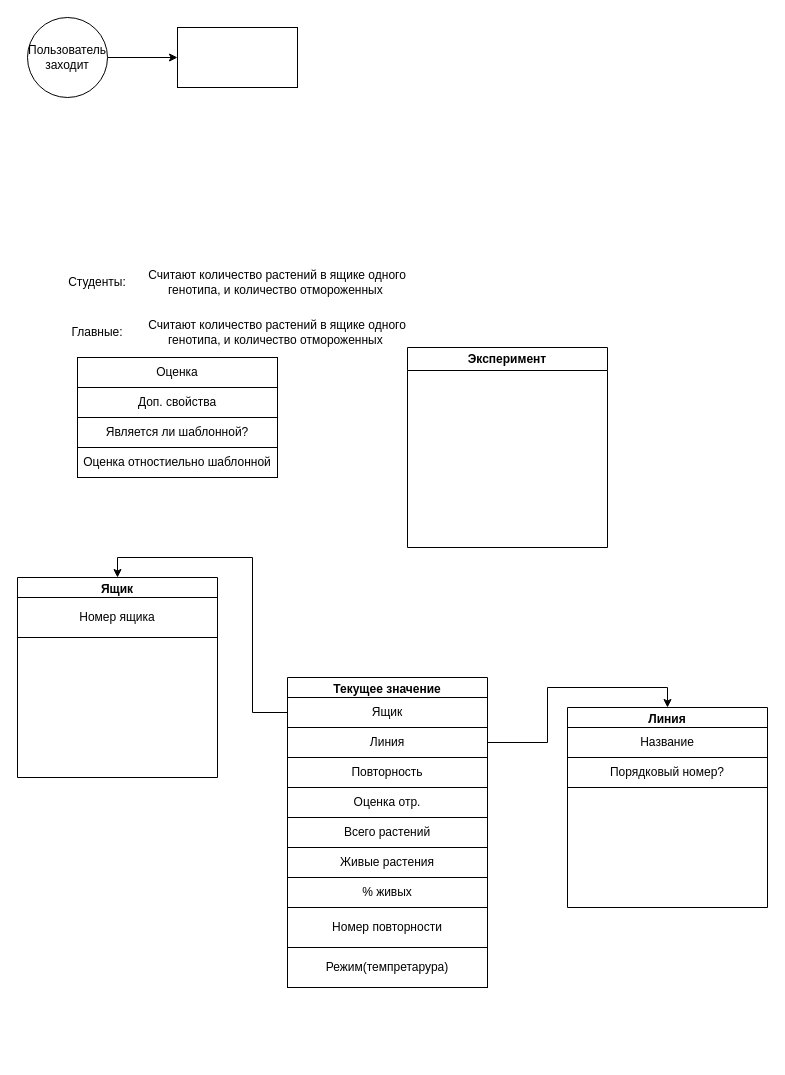
Above: BPMN-НЦЗ (1).drawio in Ctfy21/rest-api-phenopro (draw.io), before the change. Source tidied: cells renumbered, new cells numbered last; positions are measured from the earlier drawing's top-left corner, leaving out a move shared by most shapes. Both pictures are drawn from the tidied source at 100%, with x=0, y=0 at pixel (17, 17).
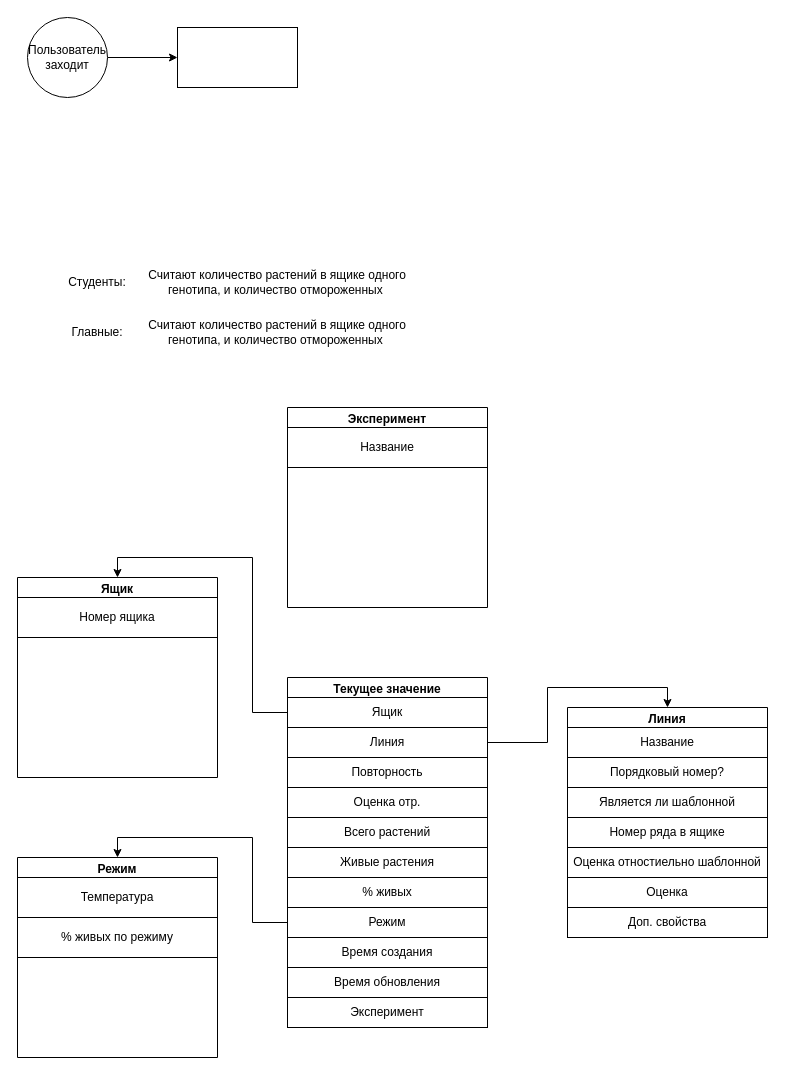
The same diagram, later.

Change to the diagram source:
```diff
@@
     <mxCell id="11" value="Линия" style="swimlane;whiteSpace=wrap;html=1;" parent="1" vertex="1">
-      <mxGeometry x="550" y="690" width="200" height="200" as="geometry" />
+      <mxGeometry x="550" y="690" width="200" height="230" as="geometry" />
     </mxCell>
@@
+    <mxCell id="31" value="Является ли шаблонной" style="rounded=0;whiteSpace=wrap;html=1;" parent="11" vertex="1">
+      <mxGeometry y="80" width="200" height="30" as="geometry" />
+    </mxCell>
+    <mxCell id="32" value="Номер ряда в ящике" style="rounded=0;whiteSpace=wrap;html=1;" parent="11" vertex="1">
+      <mxGeometry y="110" width="200" height="30" as="geometry" />
+    </mxCell>
+    <mxCell id="28" value="Оценка отностиельно шаблонной" style="rounded=0;whiteSpace=wrap;html=1;" parent="11" vertex="1">
+      <mxGeometry y="140" width="200" height="30" as="geometry" />
+    </mxCell>
+    <mxCell id="25" value="Оценка" style="rounded=0;whiteSpace=wrap;html=1;" parent="11" vertex="1">
+      <mxGeometry y="170" width="200" height="30" as="geometry" />
+    </mxCell>
+    <mxCell id="26" value="Доп. свойства" style="rounded=0;whiteSpace=wrap;html=1;" parent="11" vertex="1">
+      <mxGeometry y="200" width="200" height="30" as="geometry" />
+    </mxCell>
@@
     <mxCell id="16" value="Текущее значение" style="swimlane;whiteSpace=wrap;html=1;" parent="1" vertex="1">
-      <mxGeometry x="270" y="660" width="200" height="270" as="geometry" />
+      <mxGeometry x="270" y="660" width="200" height="350" as="geometry" />
     </mxCell>
@@
-    <mxCell id="24" value="Номер повторности" style="rounded=0;whiteSpace=wrap;html=1;" parent="16" vertex="1">
-      <mxGeometry y="230" width="200" height="40" as="geometry" />
-    </mxCell>
-    <mxCell id="25" value="Оценка" style="rounded=0;whiteSpace=wrap;html=1;" parent="1" vertex="1">
-      <mxGeometry x="60" y="340" width="200" height="30" as="geometry" />
-    </mxCell>
-    <mxCell id="26" value="Доп. свойства" style="rounded=0;whiteSpace=wrap;html=1;" parent="1" vertex="1">
-      <mxGeometry x="60" y="370" width="200" height="30" as="geometry" />
-    </mxCell>
-    <mxCell id="27" value="Является ли шаблонной?" style="rounded=0;whiteSpace=wrap;html=1;" parent="1" vertex="1">
-      <mxGeometry x="60" y="400" width="200" height="30" as="geometry" />
-    </mxCell>
-    <mxCell id="28" value="Оценка отностиельно шаблонной" style="rounded=0;whiteSpace=wrap;html=1;" parent="1" vertex="1">
-      <mxGeometry x="60" y="430" width="200" height="30" as="geometry" />
-    </mxCell>
+    <mxCell id="33" value="Режим" style="rounded=0;whiteSpace=wrap;html=1;" parent="16" vertex="1">
+      <mxGeometry y="230" width="200" height="30" as="geometry" />
+    </mxCell>
+    <mxCell id="34" value="Время создания" style="rounded=0;whiteSpace=wrap;html=1;" parent="16" vertex="1">
+      <mxGeometry y="260" width="200" height="30" as="geometry" />
+    </mxCell>
+    <mxCell id="35" value="Время обновления" style="rounded=0;whiteSpace=wrap;html=1;" parent="16" vertex="1">
+      <mxGeometry y="290" width="200" height="30" as="geometry" />
+    </mxCell>
+    <mxCell id="36" value="Эксперимент" style="rounded=0;whiteSpace=wrap;html=1;" parent="16" vertex="1">
+      <mxGeometry y="320" width="200" height="30" as="geometry" />
+    </mxCell>
+    <mxCell id="30" value="Эксперимент" style="swimlane;whiteSpace=wrap;html=1;" parent="1" vertex="1">
+      <mxGeometry x="270" y="390" width="200" height="200" as="geometry" />
+    </mxCell>
+    <mxCell id="37" value="Название" style="rounded=0;whiteSpace=wrap;html=1;" parent="30" vertex="1">
+      <mxGeometry y="20" width="200" height="40" as="geometry" />
+    </mxCell>
+    <mxCell id="38" value="Режим" style="swimlane;whiteSpace=wrap;html=1;" parent="1" vertex="1">
+      <mxGeometry y="840" width="200" height="200" as="geometry" />
+    </mxCell>
+    <mxCell id="39" value="Температура" style="rounded=0;whiteSpace=wrap;html=1;" parent="38" vertex="1">
+      <mxGeometry y="20" width="200" height="40" as="geometry" />
+    </mxCell>
-    <mxCell id="29" value="Режим(темпретарура)" style="rounded=0;whiteSpace=wrap;html=1;" parent="1" vertex="1">
-      <mxGeometry x="270" y="930" width="200" height="40" as="geometry" />
+    <mxCell id="29" value="% живых по режиму" style="rounded=0;whiteSpace=wrap;html=1;" parent="38" vertex="1">
+      <mxGeometry y="60" width="200" height="40" as="geometry" />
     </mxCell>
-    <mxCell id="30" value="Эксперимент" style="swimlane;whiteSpace=wrap;html=1;" parent="1" vertex="1">
-      <mxGeometry x="390" y="330" width="200" height="200" as="geometry" />
-    </mxCell>
+    <mxCell id="40" style="edgeStyle=orthogonalEdgeStyle;rounded=0;jettySize=auto;html=1;entryX=0.5;entryY=0;entryDx=0;entryDy=0;" parent="1" edge="1" source="33" target="38">
+      <mxGeometry relative="1" as="geometry" />
+    </mxCell>
```
